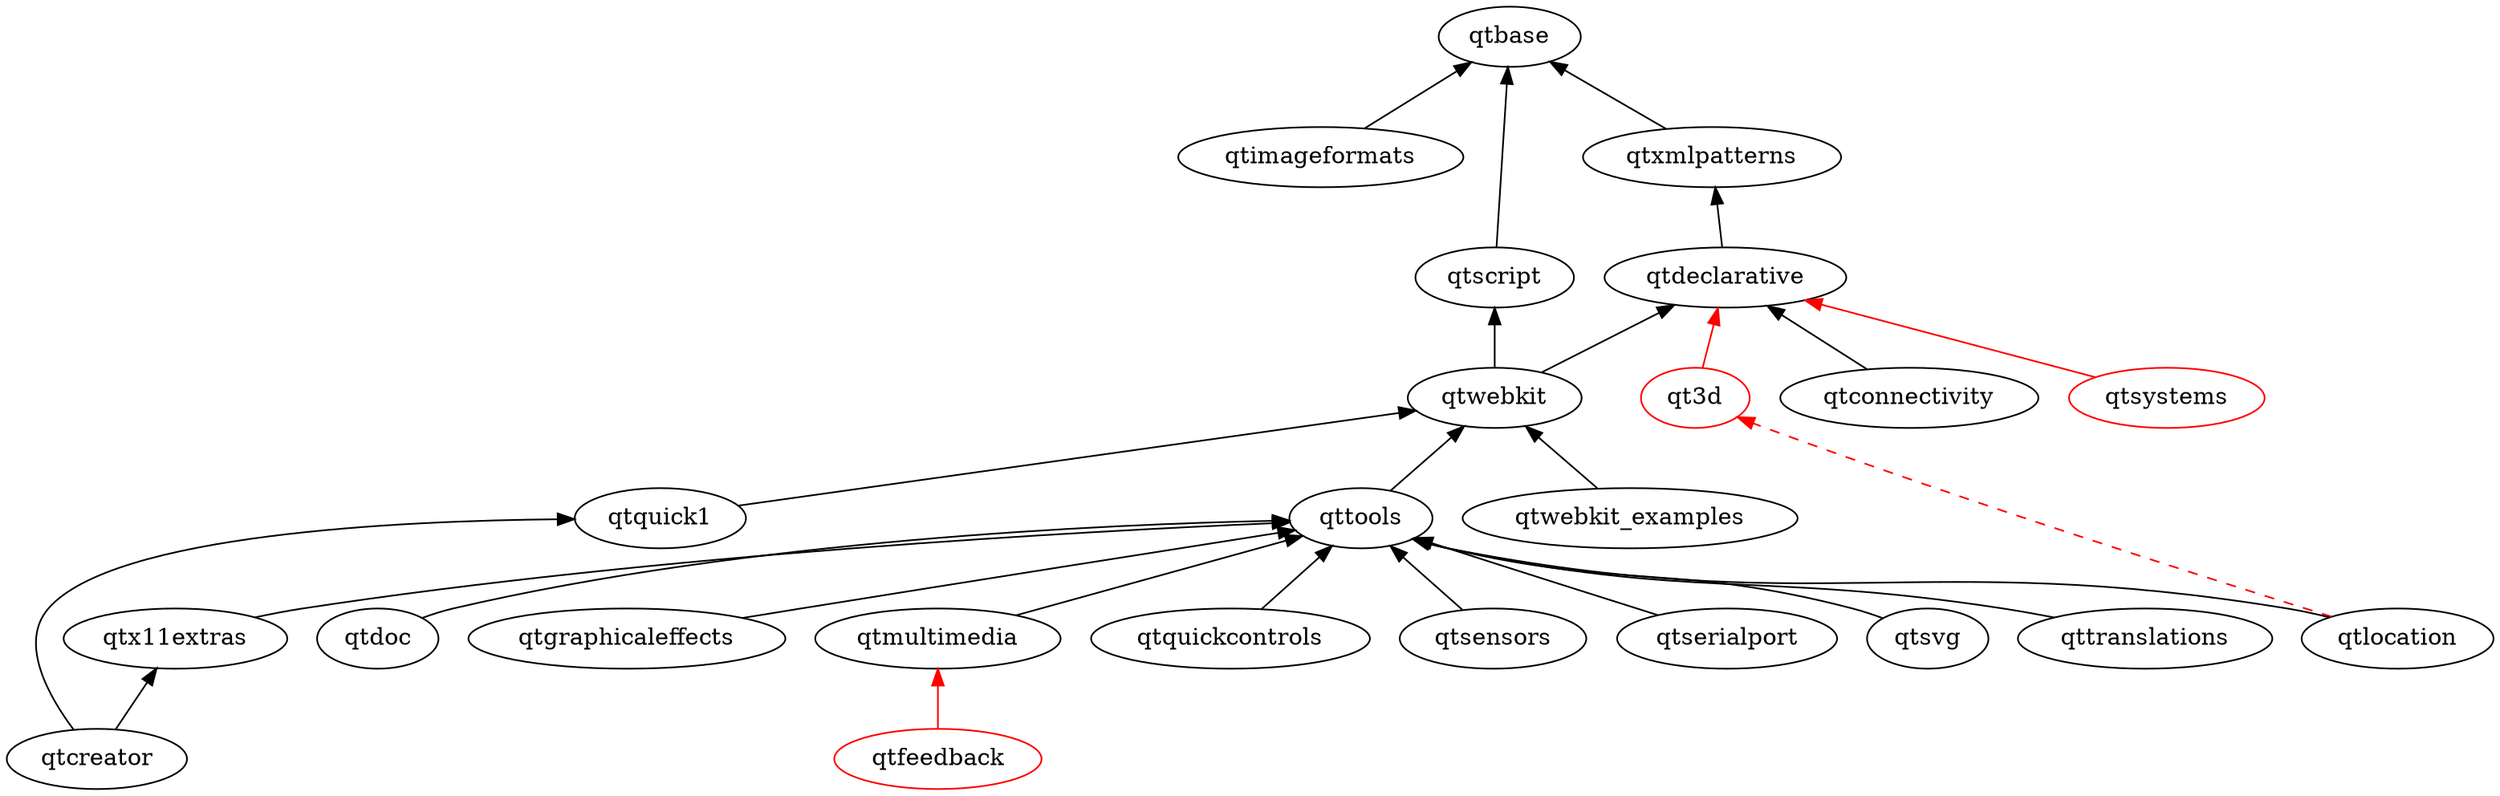
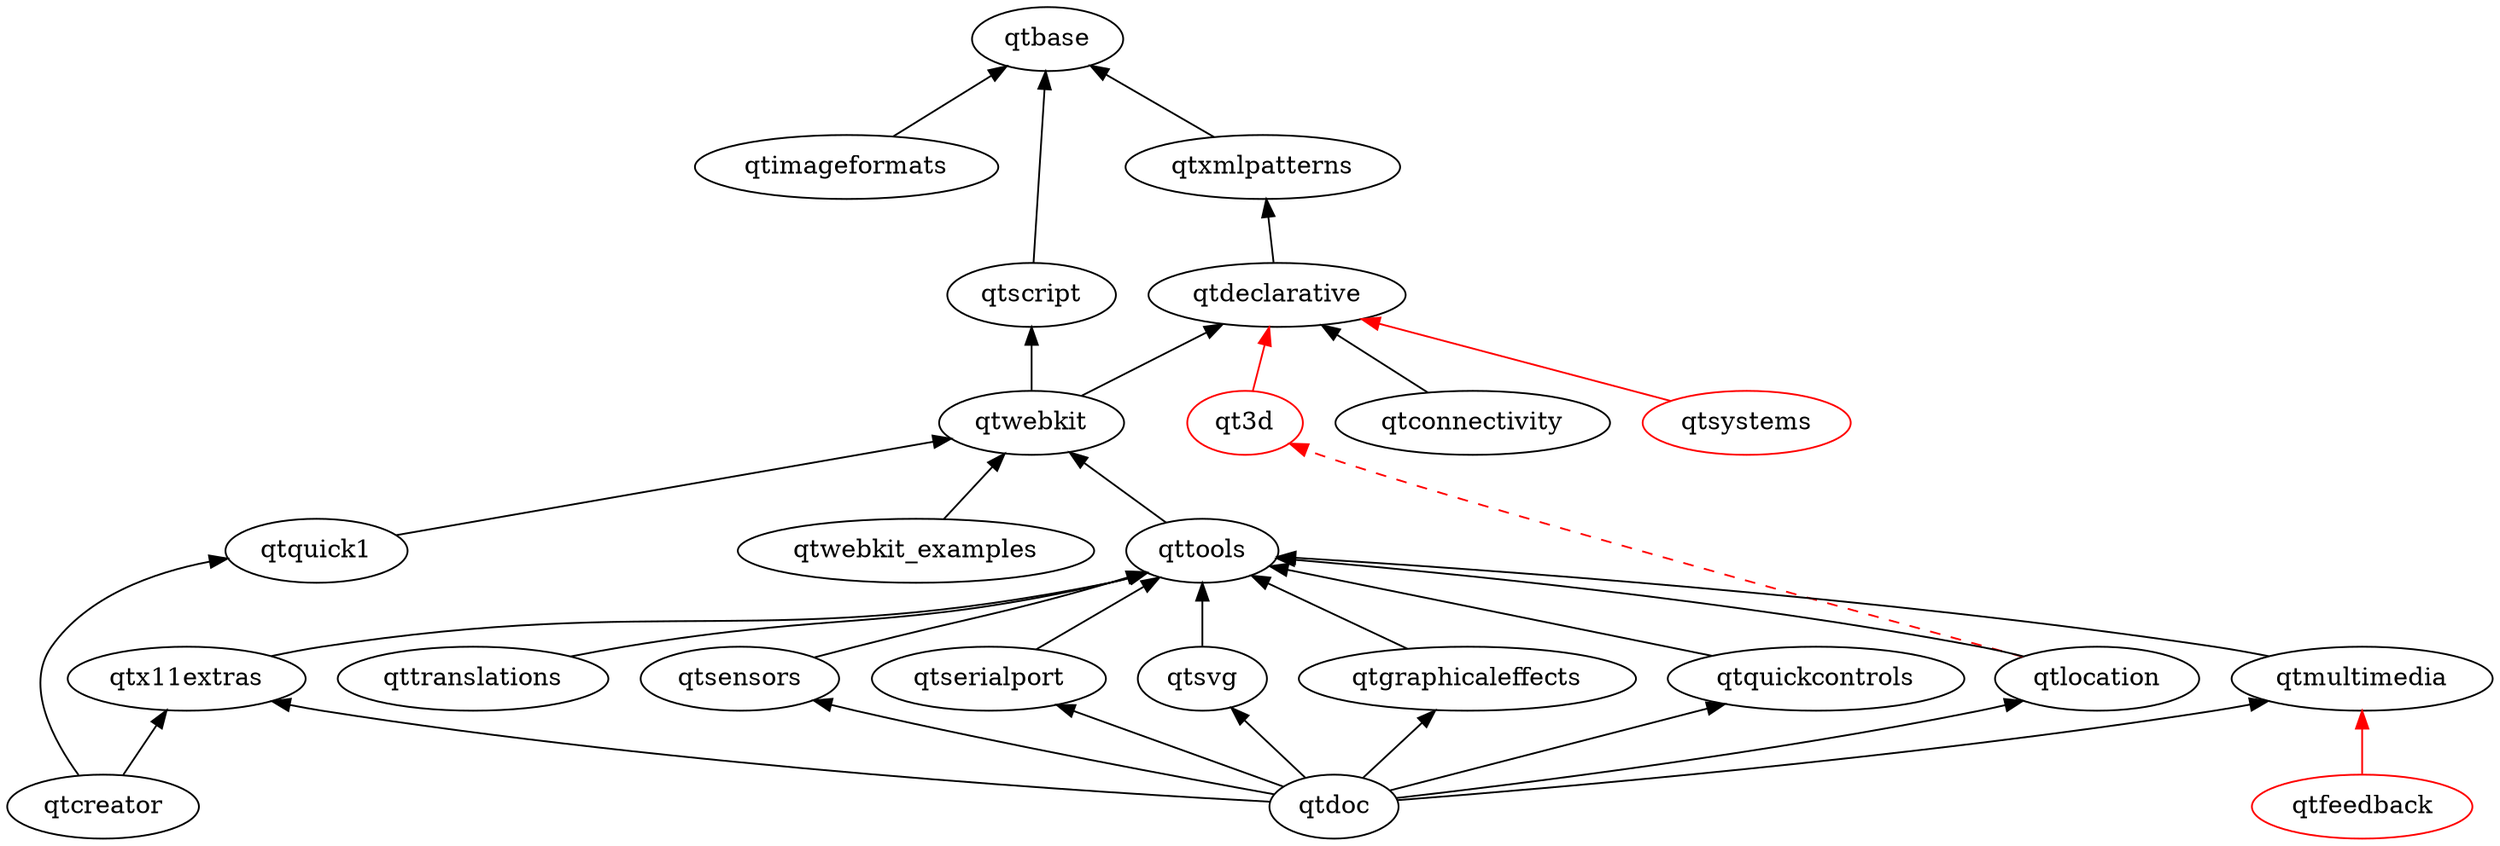
digraph qt5 {
  graph [
    rankdir = "BT"
  ]

  qt3d [ color = red ]
  qtbase
  qtconnectivity
  qtcreator
  qtdeclarative
  qtdoc
  qtfeedback [ color = red ]
  qtgraphicaleffects
  qtimageformats
  qtlocation
  qtmultimedia
  qtquick1
  qtquickcontrols
  qtscript
  qtsensors
  qtserialport
  qtsvg
  qtsystems [ color = red ]
  qttools
  qttranslations
  qtwebkit
  qtwebkit_examples
  qtx11extras
  qtxmlpatterns

  qtconnectivity -> qtdeclarative
  qtcreator -> qtx11extras
  qtcreator -> qtquick1
  qtdeclarative -> qtxmlpatterns
-   qtdoc -> qttools
+   qtdoc -> qtgraphicaleffects
+   qtdoc -> qtmultimedia
+   qtdoc -> qtlocation
+   qtdoc -> qtquickcontrols
+   qtdoc -> qtsensors
+   qtdoc -> qtserialport
+   qtdoc -> qtsvg
+   qtdoc -> qtx11extras
  qtgraphicaleffects -> qttools
  qtimageformats -> qtbase
  qtmultimedia -> qttools
  qtquick1 -> qtwebkit
  qtquickcontrols -> qttools
  qtsensors -> qttools
  qtserialport -> qttools
  qtscript -> qtbase
  qtsvg -> qttools
  qttools -> qtwebkit
  qttranslations -> qttools
  qtwebkit -> qtscript
  qtwebkit -> qtdeclarative
  qtwebkit_examples -> qtwebkit
  qtx11extras -> qttools
  qtxmlpatterns -> qtbase
  qtlocation -> qttools

  // unsure/not-uploaded
  qt3d -> qtdeclarative [ color = red ]
  qtfeedback -> qtmultimedia [ color = red ]
  qtlocation -> qt3d [color = red style = dashed]
  qtsystems -> qtdeclarative [ color = red ]
}
